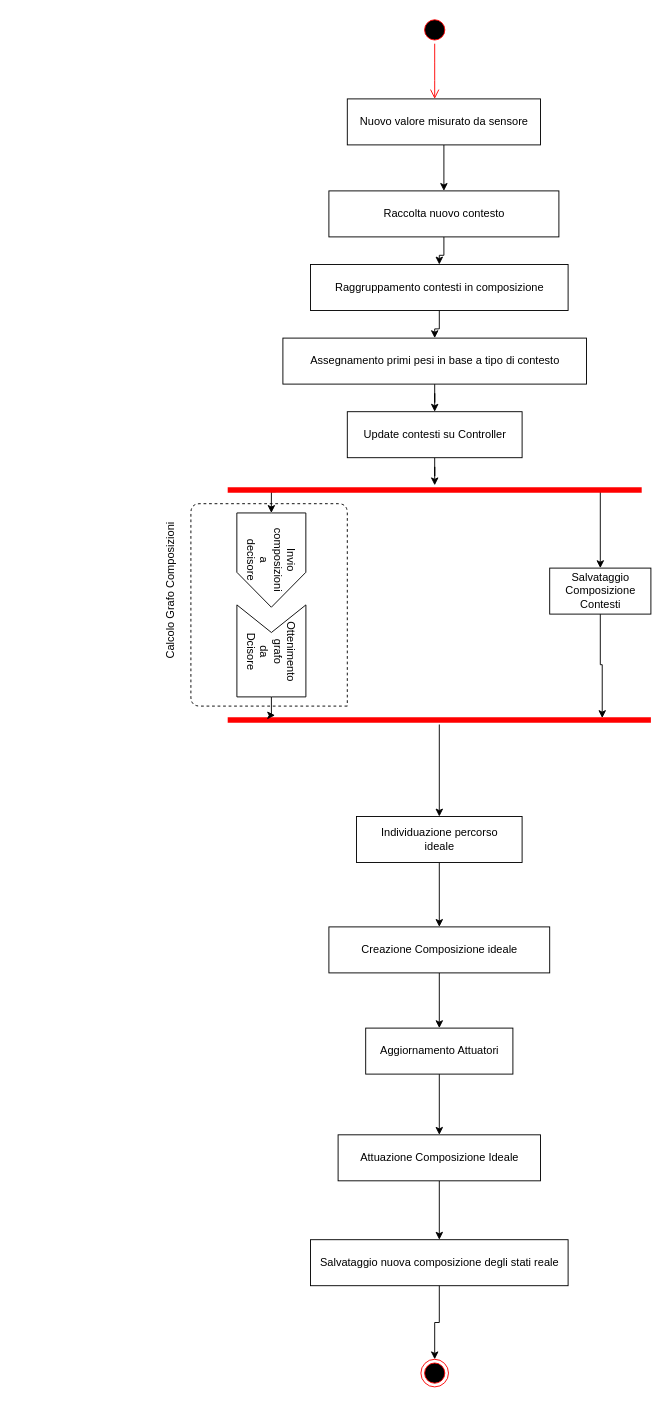
The draw.io diagram page "Page-3" (3 of 4) of Untitled Diagram.drawio in Sbef98/Microservices-Shop, before the edit. Source tidied: cells renumbered, new cells numbered last; positions are measured from the earlier drawing's top-left corner, leaving out a move shared by most shapes. Both pictures are drawn from the tidied source at 92%, with x=0, y=0 at pixel (98, 16).
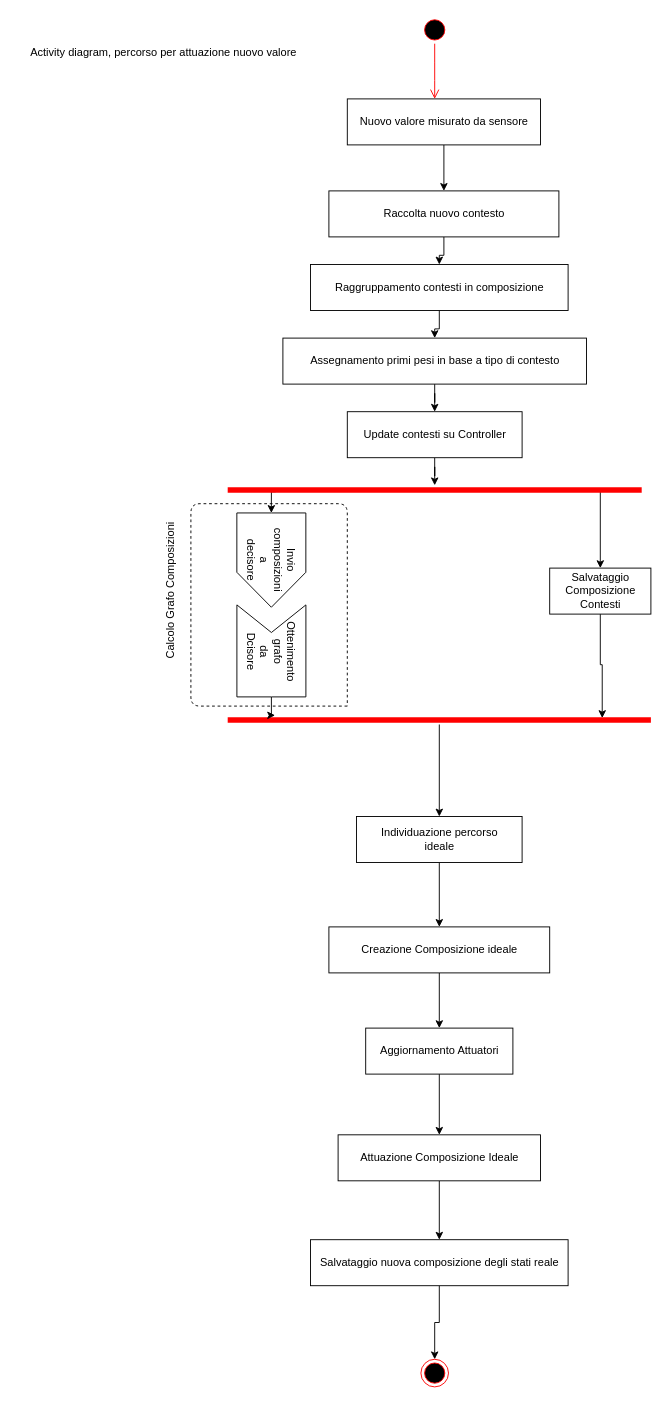
Above is the later version.

What changed in the source:
```diff
@@
+    <mxCell id="37" value="Activity diagram, percorso per attuazione nuovo valore" style="text;html=1;align=center;verticalAlign=middle;" parent="1" vertex="1">
+      <mxGeometry x="-90" y="30" width="320" height="20" as="geometry" />
+    </mxCell>
```
